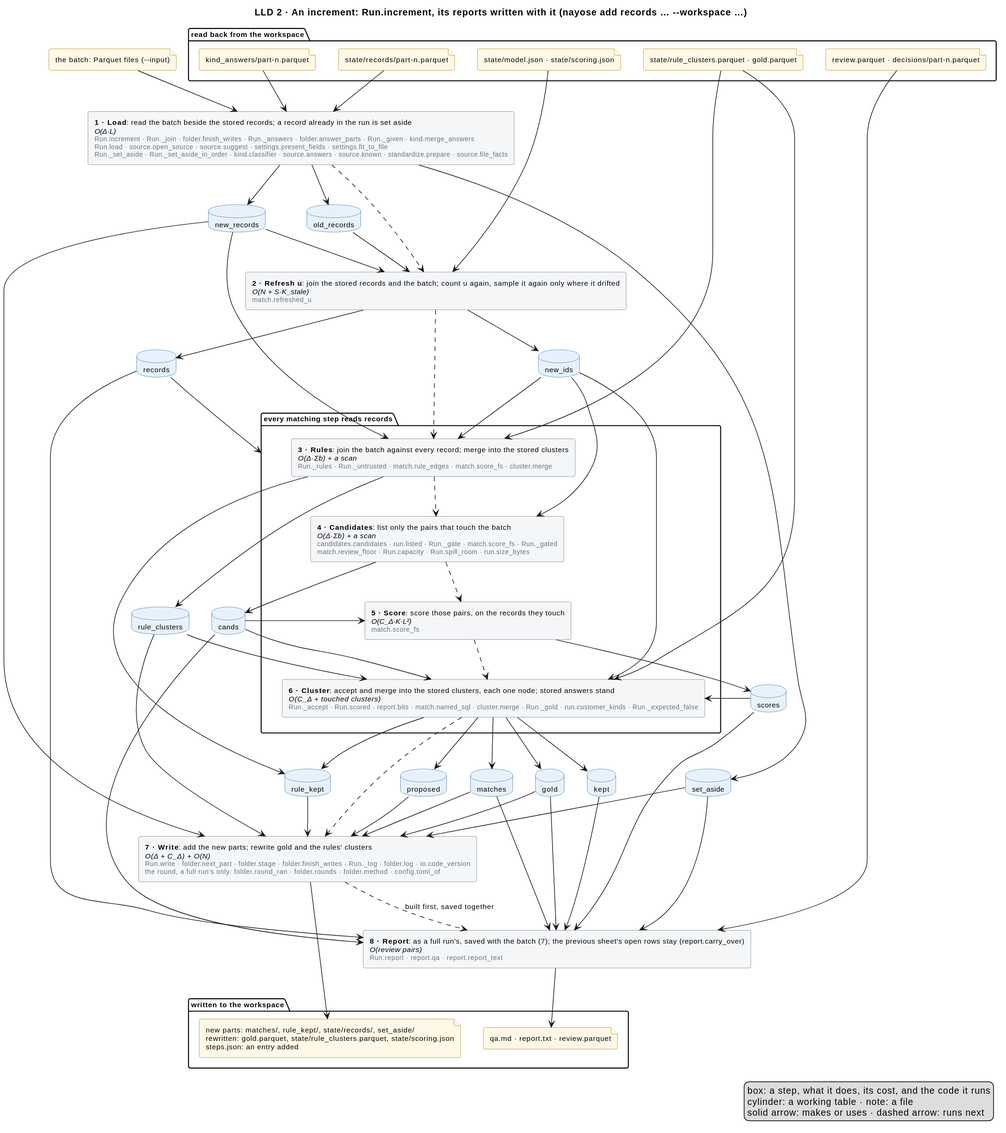
mvsbm/entity_matching keeps this PlantUML diagram as docs/diagrams/increment.svg. Above is the earlier version.
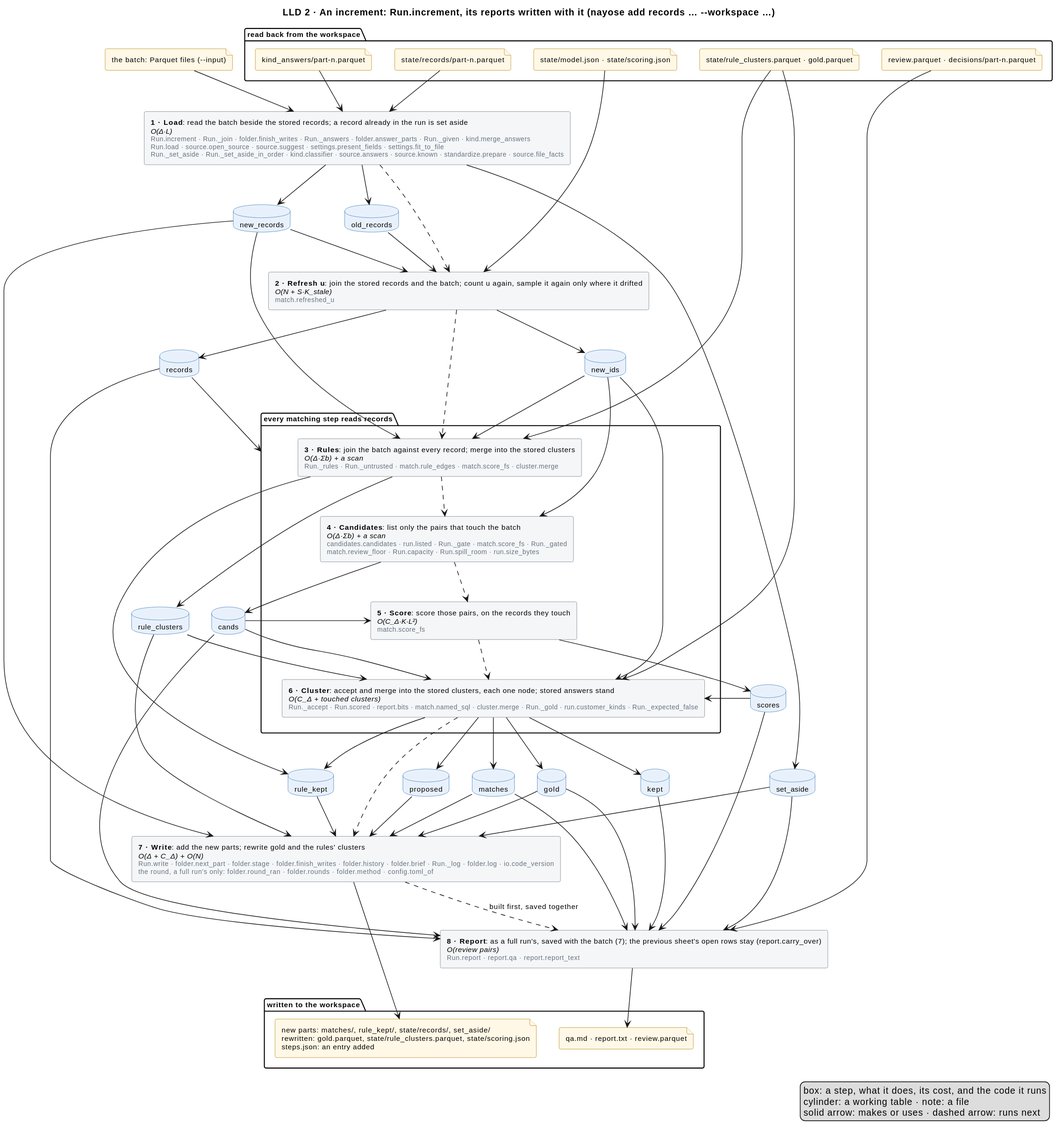
Above is the later version.

Commit message:
Every fault of the page walk fixed: what people write stays, counts agree, words replace names

The edit, as a diff of the source:
```diff
@@ -32,7 +32,7 @@
   rectangle "<b>5 · Score</b>: score those pairs, on the records they touch\n<i>O(C_Δ·K·L²)</i>\n<size:10><color:#65717E>match.score_fs</color></size>" as score
   rectangle "<b>6 · Cluster</b>: accept and merge into the stored clusters, each one node; stored answers stand\n<i>O(C_Δ + touched clusters)</i>\n<size:10><color:#65717E>Run._accept · Run.scored · report.bits · match.named_sql · cluster.merge · Run._gold · run.customer_kinds · Run._expected_false</color></size>" as cluster
 }
-rectangle "<b>7 · Write</b>: add the new parts; rewrite gold and the rules' clusters\n<i>O(Δ + C_Δ) + O(N)</i>\n<size:10><color:#65717E>Run.write · folder.next_part · folder.stage · folder.finish_writes · Run._log · folder.log · io.code_version</color></size>\n<size:10><color:#65717E>the round, a full run's only: folder.round_ran · folder.rounds · folder.method · config.toml_of</color></size>" as write
+rectangle "<b>7 · Write</b>: add the new parts; rewrite gold and the rules' clusters\n<i>O(Δ + C_Δ) + O(N)</i>\n<size:10><color:#65717E>Run.write · folder.next_part · folder.stage · folder.finish_writes · folder.history · folder.brief · Run._log · folder.log · io.code_version</color></size>\n<size:10><color:#65717E>the round, a full run's only: folder.round_ran · folder.rounds · folder.method · config.toml_of</color></size>" as write
 rectangle "<b>8 · Report</b>: as a full run's, saved with the batch (7); the previous sheet's open rows stay (report.carry_over)\n<i>O(review pairs)</i>\n<size:10><color:#65717E>Run.report · report.qa · report.report_text</color></size>" as report
 database "old_records" as old_records
 database "new_records" as new_records
```
